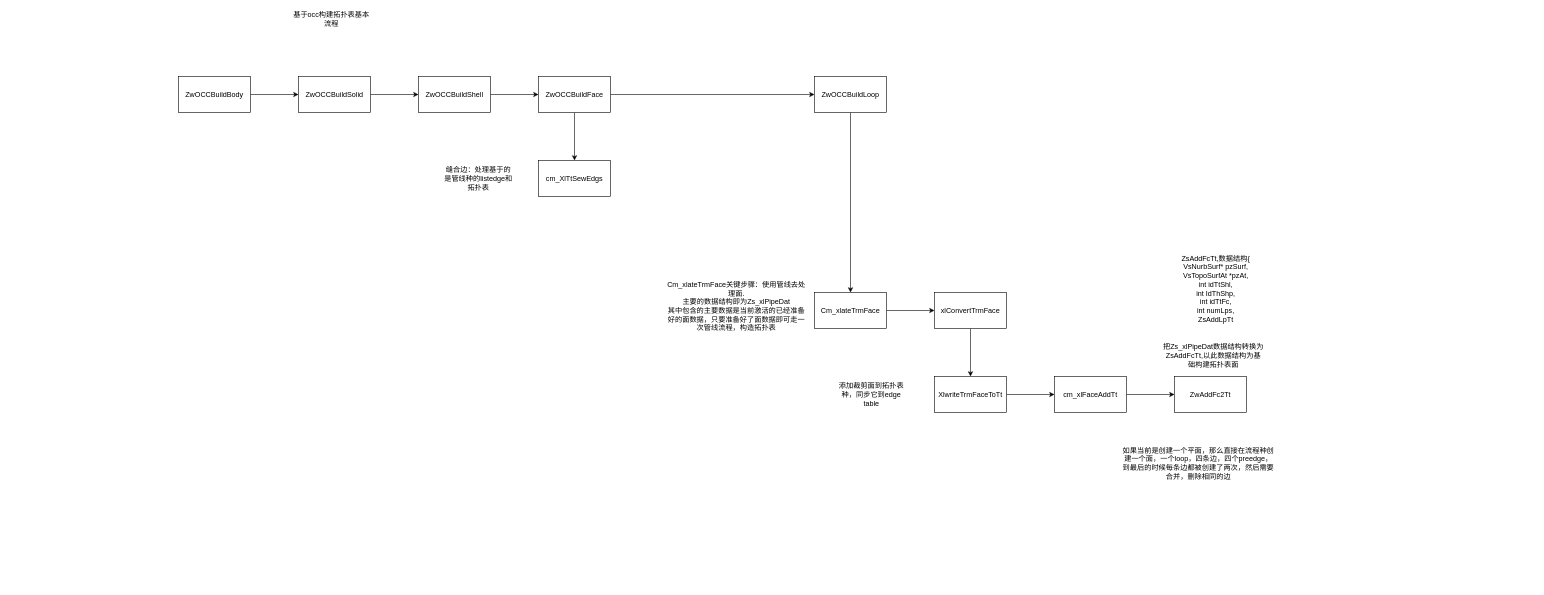
This is 绘图记录/occimportexport.drawio from studyrohan/BSpline_learn, a draw.io file, before an edit. Source tidied: cells renumbered, new cells numbered last; positions are measured from the earlier drawing's top-left corner, leaving out a move shared by most shapes. Both pictures are drawn from the tidied source at 60%, with x=0, y=0 at pixel (178, 10).
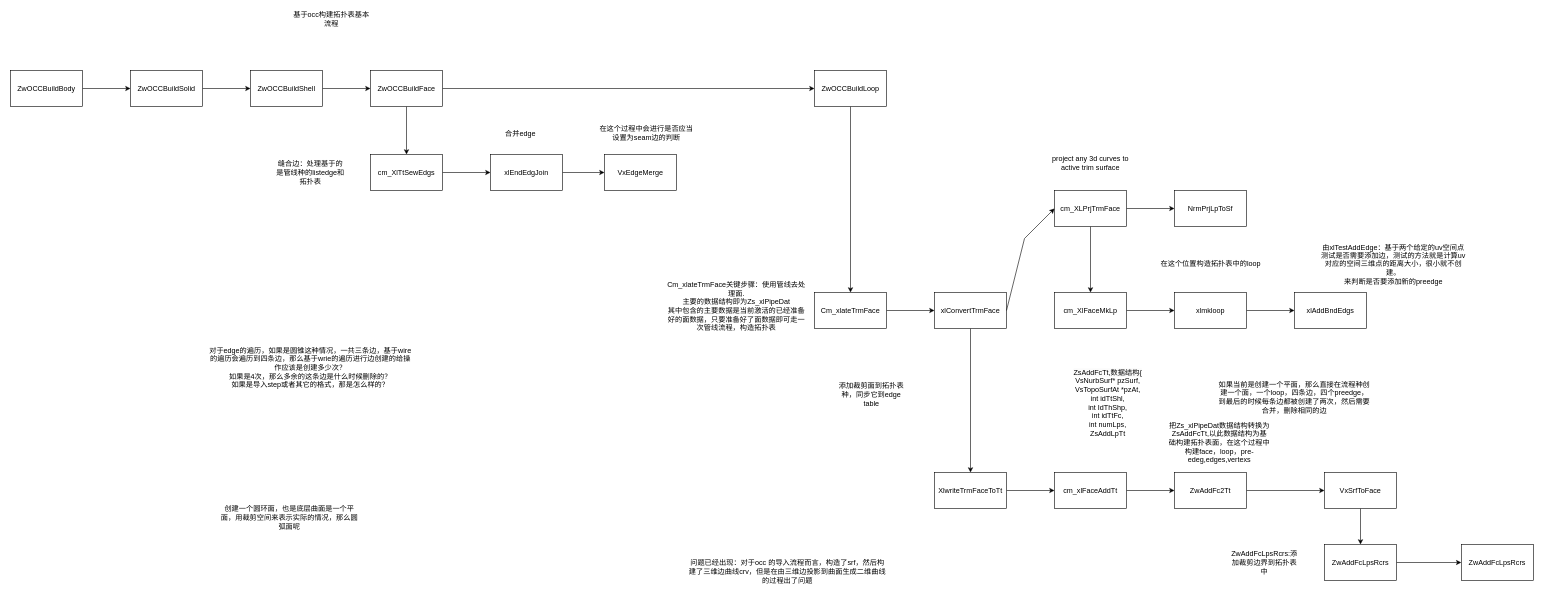
After the change.

Commit message (it also covers changes not shown here):
add occ import,and 曲线曲面相关操作

The change refers to these unchanged cells:
```xml
<mxCell id="18" value="xlConvertTrmFace" style="rounded=0;whiteSpace=wrap;html=1;" parent="1" vertex="1">
  <mxGeometry x="1260" y="470" width="120" height="60" as="geometry" />
</mxCell>
```

The edit, as a diff of the source:
```diff
@@
     <mxCell id="3" value="ZwOCCBuildBody" style="rounded=0;whiteSpace=wrap;html=1;" parent="1" vertex="1">
-      <mxGeometry y="110" width="120" height="60" as="geometry" />
+      <mxGeometry x="-280" y="100" width="120" height="60" as="geometry" />
     </mxCell>
@@
     <mxCell id="6" value="ZwOCCBuildSolid" style="rounded=0;whiteSpace=wrap;html=1;" parent="1" vertex="1">
-      <mxGeometry x="200" y="110" width="120" height="60" as="geometry" />
+      <mxGeometry x="-80" y="100" width="120" height="60" as="geometry" />
     </mxCell>
@@
     <mxCell id="8" value="ZwOCCBuildShell" style="rounded=0;whiteSpace=wrap;html=1;" parent="1" vertex="1">
-      <mxGeometry x="400" y="110" width="120" height="60" as="geometry" />
+      <mxGeometry x="120" y="100" width="120" height="60" as="geometry" />
     </mxCell>
@@
     <mxCell id="11" value="ZwOCCBuildFace" style="rounded=0;whiteSpace=wrap;html=1;" parent="1" vertex="1">
-      <mxGeometry x="600" y="110" width="120" height="60" as="geometry" />
+      <mxGeometry x="320" y="100" width="120" height="60" as="geometry" />
     </mxCell>
@@
     <mxCell id="13" value="ZwOCCBuildLoop" style="rounded=0;whiteSpace=wrap;html=1;" parent="1" vertex="1">
-      <mxGeometry x="1060" y="110" width="120" height="60" as="geometry" />
+      <mxGeometry x="1060" y="100" width="120" height="60" as="geometry" />
     </mxCell>
@@
     <mxCell id="20" value="XlwriteTrmFaceToTt" style="rounded=0;whiteSpace=wrap;html=1;" parent="1" vertex="1">
-      <mxGeometry x="1260" y="610" width="120" height="60" as="geometry" />
+      <mxGeometry x="1260" y="770" width="120" height="60" as="geometry" />
     </mxCell>
@@
     <mxCell id="23" value="cm_xlFaceAddTt" style="rounded=0;whiteSpace=wrap;html=1;" parent="1" vertex="1">
-      <mxGeometry x="1460" y="610" width="120" height="60" as="geometry" />
+      <mxGeometry x="1460" y="770" width="120" height="60" as="geometry" />
     </mxCell>
+    <mxCell id="30" style="edgeStyle=orthogonalEdgeStyle;rounded=0;jettySize=auto;html=1;" parent="1" edge="1" source="24" target="39">
+      <mxGeometry relative="1" as="geometry" />
+    </mxCell>
     <mxCell id="24" value="ZwAddFc2Tt" style="rounded=0;whiteSpace=wrap;html=1;" parent="1" vertex="1">
-      <mxGeometry x="1660" y="610" width="120" height="60" as="geometry" />
+      <mxGeometry x="1660" y="770" width="120" height="60" as="geometry" />
     </mxCell>
-    <mxCell id="25" value="把Zs_xlPipeDat数据结构转换为ZsAddFcTt,以此数据结构为基础构建拓扑表面" style="text;html=1;align=center;verticalAlign=middle;whiteSpace=wrap;rounded=0;" parent="1" vertex="1">
-      <mxGeometry x="1640" y="560" width="170" height="30" as="geometry" />
+    <mxCell id="25" value="把Zs_xlPipeDat数据结构转换为ZsAddFcTt,以此数据结构为基础构建拓扑表面，在这个过程中构建face，loop，pre-edeg,edges,vertexs" style="text;html=1;align=center;verticalAlign=middle;whiteSpace=wrap;rounded=0;" parent="1" vertex="1">
+      <mxGeometry x="1650" y="700" width="170" height="40" as="geometry" />
     </mxCell>
     <mxCell id="26" value="&lt;span style=&quot;color: rgb(0, 0, 0); font-family: Helvetica; font-size: 12px; font-style: normal; font-variant-ligatures: normal; font-variant-caps: normal; font-weight: 400; letter-spacing: normal; orphans: 2; text-align: center; text-indent: 0px; text-transform: none; widows: 2; word-spacing: 0px; -webkit-text-stroke-width: 0px; white-space: normal; background-color: rgb(251, 251, 251); text-decoration-thickness: initial; text-decoration-style: initial; text-decoration-color: initial; display: inline !important; float: none;&quot;&gt;ZsAddFcTt,数据结构{&lt;/span&gt;&lt;div&gt;&lt;div style=&quot;text-align: center;&quot;&gt;VsNurbSurf* pzSurf,&lt;/div&gt;&lt;div style=&quot;text-align: center;&quot;&gt;VsTopoSurfAt *pzAt,&lt;/div&gt;&lt;div style=&quot;text-align: center;&quot;&gt;int idTtShl,&lt;/div&gt;&lt;div style=&quot;text-align: center;&quot;&gt;int IdThShp,&lt;/div&gt;&lt;div style=&quot;text-align: center;&quot;&gt;int idTtFc,&lt;/div&gt;&lt;div style=&quot;text-align: center;&quot;&gt;int numLps,&lt;/div&gt;&lt;div style=&quot;text-align: center;&quot;&gt;ZsAddLpTt&lt;/div&gt;&lt;div style=&quot;text-align: center;&quot;&gt;&lt;br&gt;&lt;/div&gt;&lt;div&gt;&lt;div style=&quot;text-align: center;&quot;&gt;&lt;br&gt;&lt;/div&gt;&lt;div&gt;&lt;span style=&quot;color: rgb(0, 0, 0); font-family: Helvetica; font-size: 12px; font-style: normal; font-variant-ligatures: normal; font-variant-caps: normal; font-weight: 400; letter-spacing: normal; orphans: 2; text-align: center; text-indent: 0px; text-transform: none; widows: 2; word-spacing: 0px; -webkit-text-stroke-width: 0px; white-space: normal; background-color: rgb(251, 251, 251); text-decoration-thickness: initial; text-decoration-style: initial; text-decoration-color: initial; display: inline !important; float: none;&quot;&gt;&lt;br&gt;&lt;/span&gt;&lt;/div&gt;&lt;/div&gt;&lt;/div&gt;" style="text;whiteSpace=wrap;html=1;" parent="1" vertex="1">
-      <mxGeometry x="1670" y="400" width="210" height="130" as="geometry" />
+      <mxGeometry x="1490" y="590" width="210" height="130" as="geometry" />
     </mxCell>
     <mxCell id="27" value="如果当前是创建一个平面，那么直接在流程种创建一个面，一个loop，四条边，四个preedge，到最后的时候每条边都被创建了两次，然后需要合并，删除相同的边" style="text;html=1;align=center;verticalAlign=middle;whiteSpace=wrap;rounded=0;" parent="1" vertex="1">
-      <mxGeometry x="1570" y="740" width="260" height="30" as="geometry" />
+      <mxGeometry x="1730" y="630" width="260" height="30" as="geometry" />
     </mxCell>
+    <mxCell id="31" style="edgeStyle=orthogonalEdgeStyle;rounded=0;jettySize=auto;html=1;" parent="1" edge="1" source="28" target="33">
+      <mxGeometry relative="1" as="geometry" />
+    </mxCell>
     <mxCell id="28" value="cm_XlTtSewEdgs" style="rounded=0;whiteSpace=wrap;html=1;" parent="1" vertex="1">
-      <mxGeometry x="600" y="250" width="120" height="60" as="geometry" />
+      <mxGeometry x="320" y="240" width="120" height="60" as="geometry" />
     </mxCell>
     <mxCell id="29" value="缝合边：处理基于的是管线种的listedge和拓扑表" style="text;html=1;align=center;verticalAlign=middle;whiteSpace=wrap;rounded=0;" parent="1" vertex="1">
-      <mxGeometry x="440" y="265" width="120" height="30" as="geometry" />
+      <mxGeometry x="160" y="255" width="120" height="30" as="geometry" />
     </mxCell>
+    <mxCell id="32" style="edgeStyle=orthogonalEdgeStyle;rounded=0;jettySize=auto;html=1;" parent="1" edge="1" source="33" target="35">
+      <mxGeometry relative="1" as="geometry" />
+    </mxCell>
+    <mxCell id="33" value="xlEndEdgJoin" style="rounded=0;whiteSpace=wrap;html=1;" parent="1" vertex="1">
+      <mxGeometry x="520" y="240" width="120" height="60" as="geometry" />
+    </mxCell>
+    <mxCell id="34" value="合并edge" style="text;html=1;align=center;verticalAlign=middle;whiteSpace=wrap;rounded=0;" parent="1" vertex="1">
+      <mxGeometry x="540" y="190" width="60" height="30" as="geometry" />
+    </mxCell>
+    <mxCell id="35" value="VxEdgeMerge" style="rounded=0;whiteSpace=wrap;html=1;" parent="1" vertex="1">
+      <mxGeometry x="710" y="240" width="120" height="60" as="geometry" />
+    </mxCell>
+    <mxCell id="36" value="在这个过程中会进行是否应当设置为seam边的判断" style="text;html=1;align=center;verticalAlign=middle;whiteSpace=wrap;rounded=0;" parent="1" vertex="1">
+      <mxGeometry x="700" y="190" width="160" height="30" as="geometry" />
+    </mxCell>
+    <mxCell id="37" value="对于edge的遍历，如果是圆锥这种情况，一共三条边，基于wire的遍历会遍历到四条边，那么基于wrie的遍历进行边创建的给操作应该是创建多少次？&lt;div&gt;如果是4次，那么多余的这条边是什么时候删除的？&lt;/div&gt;&lt;div&gt;如果是导入step或者其它的格式，那是怎么样的？&lt;/div&gt;" style="text;html=1;align=center;verticalAlign=middle;whiteSpace=wrap;rounded=0;" parent="1" vertex="1">
+      <mxGeometry x="50" y="540" width="340" height="110" as="geometry" />
+    </mxCell>
+    <mxCell id="38" style="edgeStyle=orthogonalEdgeStyle;rounded=0;jettySize=auto;html=1;" parent="1" edge="1" source="39" target="41">
+      <mxGeometry relative="1" as="geometry" />
+    </mxCell>
+    <mxCell id="39" value="VxSrfToFace" style="rounded=0;whiteSpace=wrap;html=1;" parent="1" vertex="1">
+      <mxGeometry x="1910" y="770" width="120" height="60" as="geometry" />
+    </mxCell>
+    <mxCell id="40" style="edgeStyle=orthogonalEdgeStyle;rounded=0;jettySize=auto;html=1;" parent="1" edge="1" source="41" target="42">
+      <mxGeometry relative="1" as="geometry" />
+    </mxCell>
+    <mxCell id="41" value="ZwAddFcLpsRcrs" style="rounded=0;whiteSpace=wrap;html=1;" parent="1" vertex="1">
+      <mxGeometry x="1910" y="890" width="120" height="60" as="geometry" />
+    </mxCell>
+    <mxCell id="42" value="ZwAddFcLpsRcrs" style="rounded=0;whiteSpace=wrap;html=1;" parent="1" vertex="1">
+      <mxGeometry x="2138" y="890" width="120" height="60" as="geometry" />
+    </mxCell>
+    <mxCell id="43" value="ZwAddFcLpsRcrs:添加裁剪边界到拓扑表中" style="text;html=1;align=center;verticalAlign=middle;whiteSpace=wrap;rounded=0;" parent="1" vertex="1">
+      <mxGeometry x="1750" y="905" width="120" height="30" as="geometry" />
+    </mxCell>
+    <mxCell id="44" value="创建一个圆环面，也是底层曲面是一个平面，用裁剪空间来表示实际的情况，那么圆弧面呢" style="text;html=1;align=center;verticalAlign=middle;whiteSpace=wrap;rounded=0;" parent="1" vertex="1">
+      <mxGeometry x="70" y="830" width="230" height="30" as="geometry" />
+    </mxCell>
+    <mxCell id="45" style="edgeStyle=orthogonalEdgeStyle;rounded=0;jettySize=auto;html=1;" parent="1" edge="1" source="46" target="48">
+      <mxGeometry relative="1" as="geometry" />
+    </mxCell>
+    <mxCell id="46" value="cm_XlFaceMkLp" style="rounded=0;whiteSpace=wrap;html=1;" parent="1" vertex="1">
+      <mxGeometry x="1460" y="470" width="120" height="60" as="geometry" />
+    </mxCell>
+    <mxCell id="47" style="edgeStyle=orthogonalEdgeStyle;rounded=0;jettySize=auto;html=1;" parent="1" edge="1" source="48" target="50">
+      <mxGeometry relative="1" as="geometry" />
+    </mxCell>
+    <mxCell id="48" value="xlmkloop" style="rounded=0;whiteSpace=wrap;html=1;" parent="1" vertex="1">
+      <mxGeometry x="1660" y="470" width="120" height="60" as="geometry" />
+    </mxCell>
+    <mxCell id="49" value="在这个位置构造拓扑表中的loop" style="text;html=1;align=center;verticalAlign=middle;strokeColor=none;fillColor=none;" parent="1" vertex="1">
+      <mxGeometry x="1625" y="408" width="190" height="30" as="geometry" />
+    </mxCell>
+    <mxCell id="50" value="xlAddBndEdgs" style="rounded=0;whiteSpace=wrap;html=1;" parent="1" vertex="1">
+      <mxGeometry x="1860" y="470" width="120" height="60" as="geometry" />
+    </mxCell>
+    <mxCell id="51" value="由xlTestAddEdge：基于两个给定的uv空间点测试是否需要添加边，测试的方法就是计算uv对应的空间三维点的距离大小，很小就不创建。&lt;div&gt;来判断是否要添加新的preedge&lt;/div&gt;" style="text;html=1;align=center;verticalAlign=middle;whiteSpace=wrap;rounded=0;" parent="1" vertex="1">
+      <mxGeometry x="1900" y="383" width="250" height="80" as="geometry" />
+    </mxCell>
+    <mxCell id="52" value="问题已经出现：对于occ 的导入流程而言，构造了srf，然后构建了三维边曲线crv，但是在由三维边投影到曲面生成二维曲线的过程出了问题" style="text;html=1;align=center;verticalAlign=middle;whiteSpace=wrap;rounded=0;" parent="1" vertex="1">
+      <mxGeometry x="850" y="920" width="330" height="30" as="geometry" />
+    </mxCell>
+    <mxCell id="53" style="edgeStyle=orthogonalEdgeStyle;rounded=0;jettySize=auto;html=1;" parent="1" edge="1" source="55" target="46">
+      <mxGeometry relative="1" as="geometry" />
+    </mxCell>
+    <mxCell id="54" style="edgeStyle=orthogonalEdgeStyle;rounded=0;jettySize=auto;html=1;" parent="1" edge="1" source="55" target="58">
+      <mxGeometry relative="1" as="geometry" />
+    </mxCell>
+    <mxCell id="55" value="cm_XLPrjTrmFace" style="rounded=0;whiteSpace=wrap;html=1;" parent="1" vertex="1">
+      <mxGeometry x="1460" y="300" width="120" height="60" as="geometry" />
+    </mxCell>
+    <mxCell id="56" style="endArrow=classic;html=1;rounded=0;exitX=1;exitY=0.5;exitDx=0;exitDy=0;entryX=0;entryY=0.5;entryDx=0;entryDy=0;" parent="1" edge="1" source="18" target="55">
+      <mxGeometry relative="1" as="geometry">
+        <Array as="points">
+          <mxPoint x="1410" y="380" />
+        </Array>
+      </mxGeometry>
+    </mxCell>
+    <mxCell id="57" value="project any 3d curves to active trim surface" style="text;html=1;align=center;verticalAlign=middle;whiteSpace=wrap;rounded=0;" parent="1" vertex="1">
+      <mxGeometry x="1450" y="240" width="140" height="30" as="geometry" />
+    </mxCell>
+    <mxCell id="58" value="NrmPrjLpToSf" style="rounded=0;whiteSpace=wrap;html=1;" parent="1" vertex="1">
+      <mxGeometry x="1660" y="300" width="120" height="60" as="geometry" />
+    </mxCell>
```
